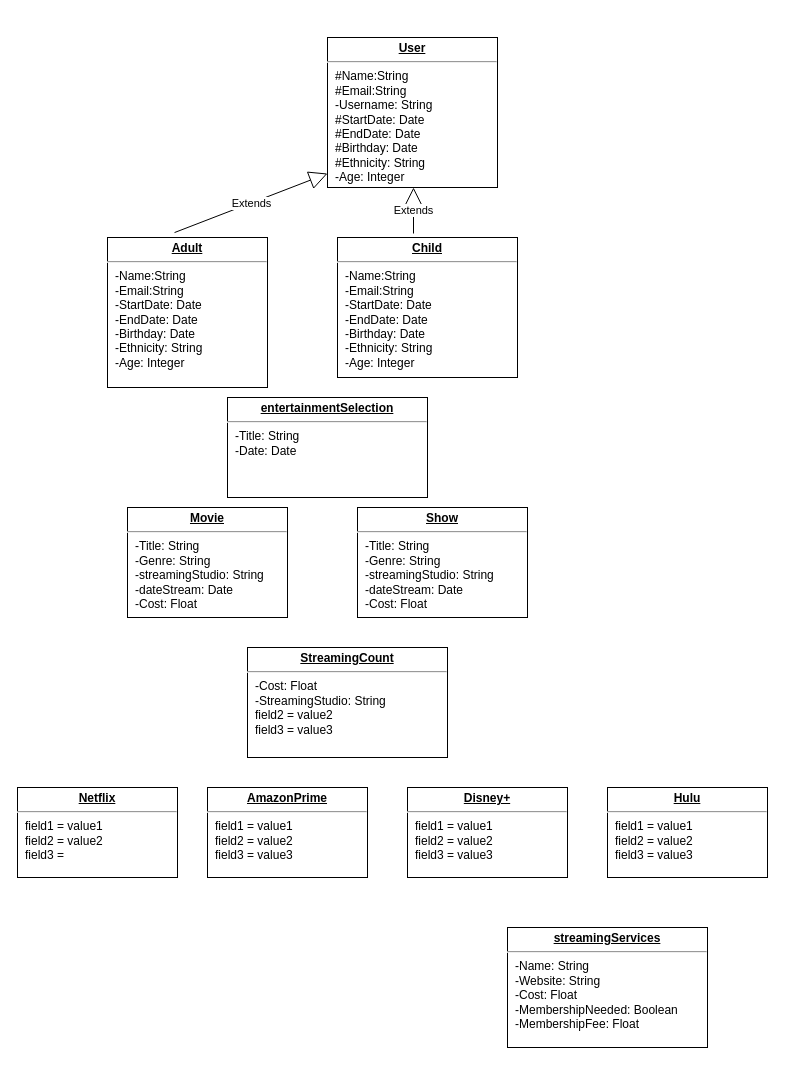
Before: img/Untitled Diagram.drawio in Laurie415/moki, a draw.io diagram. Source tidied: cells renumbered, new cells numbered last; positions are measured from the earlier drawing's top-left corner, leaving out a move shared by most shapes. Both pictures are drawn from the tidied source at 100%, with x=0, y=0 at pixel (17, 37).
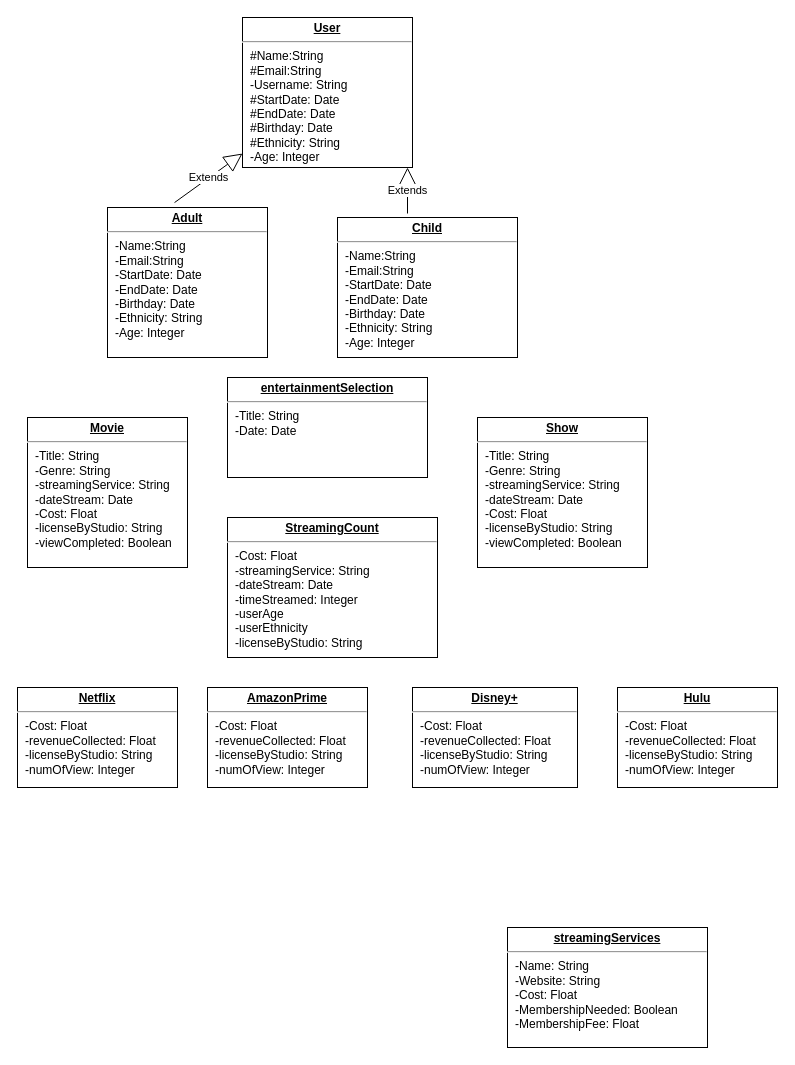
After the change.

What changed in the source:
```diff
@@
 <mxGraphModel>
   <root>
     <mxCell id="0" />
     <mxCell id="1" parent="0" />
     <mxCell id="2" value="&lt;p style=&quot;margin: 0px ; margin-top: 4px ; text-align: center ; text-decoration: underline&quot;&gt;&lt;b&gt;User&lt;/b&gt;&lt;/p&gt;&lt;hr&gt;&lt;p style=&quot;margin: 0px ; margin-left: 8px&quot;&gt;#Name:String&lt;br&gt;#Email:String&lt;/p&gt;&lt;p style=&quot;margin: 0px ; margin-left: 8px&quot;&gt;-Username: String&lt;br&gt;#StartDate: Date&lt;/p&gt;&lt;p style=&quot;margin: 0px ; margin-left: 8px&quot;&gt;#EndDate: Date&lt;/p&gt;&lt;p style=&quot;margin: 0px ; margin-left: 8px&quot;&gt;#Birthday: Date&lt;/p&gt;&lt;p style=&quot;margin: 0px ; margin-left: 8px&quot;&gt;#Ethnicity: String&lt;/p&gt;&lt;p style=&quot;margin: 0px ; margin-left: 8px&quot;&gt;-Age: Integer&lt;/p&gt;" style="verticalAlign=top;align=left;overflow=fill;fontSize=12;fontFamily=Helvetica;html=1;" parent="1" vertex="1">
-      <mxGeometry x="310" width="170" height="150" as="geometry" />
+      <mxGeometry x="225" y="-20" width="170" height="150" as="geometry" />
     </mxCell>
     <mxCell id="3" value="&lt;p style=&quot;margin: 0px ; margin-top: 4px ; text-align: center ; text-decoration: underline&quot;&gt;&lt;b&gt;streamingServices&lt;/b&gt;&lt;/p&gt;&lt;hr&gt;&lt;p style=&quot;margin: 0px ; margin-left: 8px&quot;&gt;-Name: String&lt;br&gt;-Website: String&lt;br&gt;-Cost: Float&lt;/p&gt;&lt;p style=&quot;margin: 0px ; margin-left: 8px&quot;&gt;-MembershipNeeded: Boolean&lt;/p&gt;&lt;p style=&quot;margin: 0px ; margin-left: 8px&quot;&gt;-MembershipFee: Float&lt;/p&gt;&lt;p style=&quot;margin: 0px ; margin-left: 8px&quot;&gt;&lt;br&gt;&lt;/p&gt;" style="verticalAlign=top;align=left;overflow=fill;fontSize=12;fontFamily=Helvetica;html=1;" parent="1" vertex="1">
       <mxGeometry x="490" y="890" width="200" height="120" as="geometry" />
     </mxCell>
     <mxCell id="4" value="&lt;p style=&quot;margin: 0px ; margin-top: 4px ; text-align: center ; text-decoration: underline&quot;&gt;&lt;b&gt;entertainmentSelection&lt;/b&gt;&lt;/p&gt;&lt;hr&gt;&lt;p style=&quot;margin: 0px ; margin-left: 8px&quot;&gt;-Title: String&lt;br&gt;-Date: Date&lt;br&gt;&lt;br&gt;&lt;/p&gt;&lt;p style=&quot;margin: 0px ; margin-left: 8px&quot;&gt;&lt;br&gt;&lt;/p&gt;" style="verticalAlign=top;align=left;overflow=fill;fontSize=12;fontFamily=Helvetica;html=1;" parent="1" vertex="1">
-      <mxGeometry x="210" y="360" width="200" height="100" as="geometry" />
+      <mxGeometry x="210" y="340" width="200" height="100" as="geometry" />
     </mxCell>
     <mxCell id="5" value="&lt;p style=&quot;margin: 0px ; margin-top: 4px ; text-align: center ; text-decoration: underline&quot;&gt;&lt;b&gt;Adult&lt;/b&gt;&lt;/p&gt;&lt;hr&gt;&lt;p style=&quot;margin: 0px 0px 0px 8px&quot;&gt;-Name:String&lt;br&gt;-Email:String&lt;br&gt;-StartDate: Date&lt;/p&gt;&lt;p style=&quot;margin: 0px 0px 0px 8px&quot;&gt;-EndDate: Date&lt;/p&gt;&lt;p style=&quot;margin: 0px 0px 0px 8px&quot;&gt;-Birthday: Date&lt;/p&gt;&lt;p style=&quot;margin: 0px 0px 0px 8px&quot;&gt;-Ethnicity: String&lt;/p&gt;&lt;p style=&quot;margin: 0px 0px 0px 8px&quot;&gt;-Age: Integer&lt;/p&gt;" style="verticalAlign=top;align=left;overflow=fill;fontSize=12;fontFamily=Helvetica;html=1;" parent="1" vertex="1">
-      <mxGeometry x="90" y="200" width="160" height="150" as="geometry" />
+      <mxGeometry x="90" y="170" width="160" height="150" as="geometry" />
     </mxCell>
     <mxCell id="6" value="&lt;p style=&quot;margin: 0px ; margin-top: 4px ; text-align: center ; text-decoration: underline&quot;&gt;&lt;b&gt;Child&lt;/b&gt;&lt;/p&gt;&lt;hr&gt;&lt;p style=&quot;margin: 0px 0px 0px 8px&quot;&gt;-Name:String&lt;br&gt;-Email:String&lt;br&gt;-StartDate: Date&lt;/p&gt;&lt;p style=&quot;margin: 0px 0px 0px 8px&quot;&gt;-EndDate: Date&lt;/p&gt;&lt;p style=&quot;margin: 0px 0px 0px 8px&quot;&gt;-Birthday: Date&lt;/p&gt;&lt;p style=&quot;margin: 0px 0px 0px 8px&quot;&gt;-Ethnicity: String&lt;/p&gt;&lt;p style=&quot;margin: 0px 0px 0px 8px&quot;&gt;-Age: Integer&lt;/p&gt;" style="verticalAlign=top;align=left;overflow=fill;fontSize=12;fontFamily=Helvetica;html=1;" parent="1" vertex="1">
-      <mxGeometry x="320" y="200" width="180" height="140" as="geometry" />
+      <mxGeometry x="320" y="180" width="180" height="140" as="geometry" />
     </mxCell>
-    <mxCell id="7" value="&lt;p style=&quot;margin: 0px ; margin-top: 4px ; text-align: center ; text-decoration: underline&quot;&gt;&lt;b&gt;Netflix&lt;/b&gt;&lt;/p&gt;&lt;hr&gt;&lt;p style=&quot;margin: 0px ; margin-left: 8px&quot;&gt;field1 = value1&lt;br&gt;field2 = value2&lt;br&gt;field3 =&lt;/p&gt;" style="verticalAlign=top;align=left;overflow=fill;fontSize=12;fontFamily=Helvetica;html=1;" parent="1" vertex="1">
-      <mxGeometry y="750" width="160" height="90" as="geometry" />
+    <mxCell id="7" value="&lt;p style=&quot;margin: 0px ; margin-top: 4px ; text-align: center ; text-decoration: underline&quot;&gt;&lt;b&gt;Netflix&lt;/b&gt;&lt;/p&gt;&lt;hr&gt;&lt;p style=&quot;margin: 0px ; margin-left: 8px&quot;&gt;-Cost: Float&lt;/p&gt;&lt;p style=&quot;margin: 0px ; margin-left: 8px&quot;&gt;-revenueCollected: Float&lt;/p&gt;&lt;p style=&quot;margin: 0px ; margin-left: 8px&quot;&gt;-licenseByStudio: String&lt;/p&gt;&lt;p style=&quot;margin: 0px ; margin-left: 8px&quot;&gt;-numOfView: Integer&lt;/p&gt;" style="verticalAlign=top;align=left;overflow=fill;fontSize=12;fontFamily=Helvetica;html=1;" parent="1" vertex="1">
+      <mxGeometry y="650" width="160" height="100" as="geometry" />
     </mxCell>
-    <mxCell id="8" value="&lt;p style=&quot;margin: 0px ; margin-top: 4px ; text-align: center ; text-decoration: underline&quot;&gt;&lt;b&gt;AmazonPrime&lt;/b&gt;&lt;/p&gt;&lt;hr&gt;&lt;p style=&quot;margin: 0px ; margin-left: 8px&quot;&gt;field1 = value1&lt;br&gt;field2 = value2&lt;br&gt;field3 = value3&lt;/p&gt;" style="verticalAlign=top;align=left;overflow=fill;fontSize=12;fontFamily=Helvetica;html=1;" parent="1" vertex="1">
-      <mxGeometry x="190" y="750" width="160" height="90" as="geometry" />
+    <mxCell id="8" value="&lt;p style=&quot;margin: 0px ; margin-top: 4px ; text-align: center ; text-decoration: underline&quot;&gt;&lt;b&gt;AmazonPrime&lt;/b&gt;&lt;/p&gt;&lt;hr&gt;&lt;p style=&quot;margin: 0px 0px 0px 8px&quot;&gt;-Cost: Float&lt;/p&gt;&lt;p style=&quot;margin: 0px 0px 0px 8px&quot;&gt;-revenueCollected: Float&lt;/p&gt;&lt;p style=&quot;margin: 0px 0px 0px 8px&quot;&gt;-licenseByStudio: String&lt;/p&gt;&lt;p style=&quot;margin: 0px 0px 0px 8px&quot;&gt;-numOfView: Integer&lt;br&gt;&lt;/p&gt;&lt;p style=&quot;margin: 0px 0px 0px 8px&quot;&gt;&lt;br&gt;&lt;/p&gt;" style="verticalAlign=top;align=left;overflow=fill;fontSize=12;fontFamily=Helvetica;html=1;" parent="1" vertex="1">
+      <mxGeometry x="190" y="650" width="160" height="100" as="geometry" />
     </mxCell>
-    <mxCell id="9" value="&lt;p style=&quot;margin: 0px ; margin-top: 4px ; text-align: center ; text-decoration: underline&quot;&gt;&lt;b&gt;Disney+&lt;/b&gt;&lt;/p&gt;&lt;hr&gt;&lt;p style=&quot;margin: 0px ; margin-left: 8px&quot;&gt;field1 = value1&lt;br&gt;field2 = value2&lt;br&gt;field3 = value3&lt;/p&gt;" style="verticalAlign=top;align=left;overflow=fill;fontSize=12;fontFamily=Helvetica;html=1;" parent="1" vertex="1">
-      <mxGeometry x="390" y="750" width="160" height="90" as="geometry" />
+    <mxCell id="9" value="&lt;p style=&quot;margin: 0px ; margin-top: 4px ; text-align: center ; text-decoration: underline&quot;&gt;&lt;b&gt;Disney+&lt;/b&gt;&lt;/p&gt;&lt;hr&gt;&lt;p style=&quot;margin: 0px 0px 0px 8px&quot;&gt;-Cost: Float&lt;/p&gt;&lt;p style=&quot;margin: 0px 0px 0px 8px&quot;&gt;-revenueCollected: Float&lt;/p&gt;&lt;p style=&quot;margin: 0px 0px 0px 8px&quot;&gt;-licenseByStudio: String&lt;/p&gt;&lt;p style=&quot;margin: 0px 0px 0px 8px&quot;&gt;-numOfView: Integer&lt;/p&gt;" style="verticalAlign=top;align=left;overflow=fill;fontSize=12;fontFamily=Helvetica;html=1;" parent="1" vertex="1">
+      <mxGeometry x="395" y="650" width="165" height="100" as="geometry" />
     </mxCell>
-    <mxCell id="10" value="&lt;p style=&quot;margin: 0px ; margin-top: 4px ; text-align: center ; text-decoration: underline&quot;&gt;&lt;b&gt;Hulu&lt;/b&gt;&lt;/p&gt;&lt;hr&gt;&lt;p style=&quot;margin: 0px ; margin-left: 8px&quot;&gt;field1 = value1&lt;br&gt;field2 = value2&lt;br&gt;field3 = value3&lt;/p&gt;" style="verticalAlign=top;align=left;overflow=fill;fontSize=12;fontFamily=Helvetica;html=1;" parent="1" vertex="1">
-      <mxGeometry x="590" y="750" width="160" height="90" as="geometry" />
+    <mxCell id="10" value="&lt;p style=&quot;margin: 0px ; margin-top: 4px ; text-align: center ; text-decoration: underline&quot;&gt;&lt;b&gt;Hulu&lt;/b&gt;&lt;/p&gt;&lt;hr&gt;&lt;p style=&quot;margin: 0px 0px 0px 8px&quot;&gt;-Cost: Float&lt;/p&gt;&lt;p style=&quot;margin: 0px 0px 0px 8px&quot;&gt;-revenueCollected: Float&lt;/p&gt;&lt;p style=&quot;margin: 0px 0px 0px 8px&quot;&gt;-licenseByStudio: String&lt;/p&gt;&lt;p style=&quot;margin: 0px 0px 0px 8px&quot;&gt;-numOfView: Integer&lt;/p&gt;" style="verticalAlign=top;align=left;overflow=fill;fontSize=12;fontFamily=Helvetica;html=1;" parent="1" vertex="1">
+      <mxGeometry x="600" y="650" width="160" height="100" as="geometry" />
     </mxCell>
     <mxCell id="11" value="Extends" style="endArrow=block;endSize=16;endFill=0;html=1;exitX=0.419;exitY=-0.033;exitDx=0;exitDy=0;exitPerimeter=0;entryX=0;entryY=0.907;entryDx=0;entryDy=0;entryPerimeter=0;" parent="1" edge="1" source="5" target="2">
       <mxGeometry relative="1" as="geometry" />
     </mxCell>
     <mxCell id="12" value="Extends" style="endArrow=block;endSize=16;endFill=0;html=1;" parent="1" edge="1">
       <mxGeometry relative="1" as="geometry">
-        <mxPoint x="396" y="196" as="sourcePoint" />
-        <mxPoint x="396" y="150" as="targetPoint" />
+        <mxPoint x="390" y="176" as="sourcePoint" />
+        <mxPoint x="390" y="130" as="targetPoint" />
       </mxGeometry>
     </mxCell>
-    <mxCell id="13" value="&lt;p style=&quot;margin: 0px ; margin-top: 4px ; text-align: center ; text-decoration: underline&quot;&gt;&lt;b&gt;Movie&lt;/b&gt;&lt;/p&gt;&lt;hr&gt;&lt;p style=&quot;margin: 0px ; margin-left: 8px&quot;&gt;-Title: String&lt;/p&gt;&lt;p style=&quot;margin: 0px ; margin-left: 8px&quot;&gt;-Genre: String&lt;/p&gt;&lt;p style=&quot;margin: 0px ; margin-left: 8px&quot;&gt;-streamingStudio: String&lt;/p&gt;&lt;p style=&quot;margin: 0px ; margin-left: 8px&quot;&gt;-dateStream: Date&lt;/p&gt;&lt;p style=&quot;margin: 0px ; margin-left: 8px&quot;&gt;-Cost: Float&lt;/p&gt;" style="verticalAlign=top;align=left;overflow=fill;fontSize=12;fontFamily=Helvetica;html=1;" parent="1" vertex="1">
-      <mxGeometry x="110" y="470" width="160" height="110" as="geometry" />
+    <mxCell id="13" value="&lt;p style=&quot;margin: 0px ; margin-top: 4px ; text-align: center ; text-decoration: underline&quot;&gt;&lt;b&gt;Movie&lt;/b&gt;&lt;/p&gt;&lt;hr&gt;&lt;p style=&quot;margin: 0px ; margin-left: 8px&quot;&gt;-Title: String&lt;/p&gt;&lt;p style=&quot;margin: 0px ; margin-left: 8px&quot;&gt;-Genre: String&lt;/p&gt;&lt;p style=&quot;margin: 0px ; margin-left: 8px&quot;&gt;-streamingService: String&lt;/p&gt;&lt;p style=&quot;margin: 0px ; margin-left: 8px&quot;&gt;-dateStream: Date&lt;/p&gt;&lt;p style=&quot;margin: 0px ; margin-left: 8px&quot;&gt;-Cost: Float&lt;/p&gt;&lt;p style=&quot;margin: 0px ; margin-left: 8px&quot;&gt;-licenseByStudio: String&lt;/p&gt;&lt;p style=&quot;margin: 0px ; margin-left: 8px&quot;&gt;-viewCompleted: Boolean&lt;/p&gt;" style="verticalAlign=top;align=left;overflow=fill;fontSize=12;fontFamily=Helvetica;html=1;" parent="1" vertex="1">
+      <mxGeometry x="10" y="380" width="160" height="150" as="geometry" />
     </mxCell>
-    <mxCell id="14" value="&lt;p style=&quot;margin: 0px ; margin-top: 4px ; text-align: center ; text-decoration: underline&quot;&gt;&lt;b&gt;Show&lt;/b&gt;&lt;/p&gt;&lt;hr&gt;&lt;p style=&quot;margin: 0px ; margin-left: 8px&quot;&gt;-Title: String&lt;br&gt;&lt;/p&gt;&lt;p style=&quot;margin: 0px 0px 0px 8px&quot;&gt;-Genre: String&lt;/p&gt;&lt;p style=&quot;margin: 0px 0px 0px 8px&quot;&gt;-streamingStudio: String&lt;/p&gt;&lt;p style=&quot;margin: 0px 0px 0px 8px&quot;&gt;-dateStream: Date&lt;/p&gt;&lt;p style=&quot;margin: 0px 0px 0px 8px&quot;&gt;-Cost: Float&lt;/p&gt;" style="verticalAlign=top;align=left;overflow=fill;fontSize=12;fontFamily=Helvetica;html=1;" parent="1" vertex="1">
-      <mxGeometry x="340" y="470" width="170" height="110" as="geometry" />
+    <mxCell id="14" value="&lt;p style=&quot;margin: 0px ; margin-top: 4px ; text-align: center ; text-decoration: underline&quot;&gt;&lt;b&gt;Show&lt;/b&gt;&lt;/p&gt;&lt;hr&gt;&lt;p style=&quot;margin: 0px ; margin-left: 8px&quot;&gt;-Title: String&lt;br&gt;&lt;/p&gt;&lt;p style=&quot;margin: 0px 0px 0px 8px&quot;&gt;-Genre: String&lt;/p&gt;&lt;p style=&quot;margin: 0px 0px 0px 8px&quot;&gt;-streamingService: String&lt;/p&gt;&lt;p style=&quot;margin: 0px 0px 0px 8px&quot;&gt;-dateStream: Date&lt;/p&gt;&lt;p style=&quot;margin: 0px 0px 0px 8px&quot;&gt;-Cost: Float&lt;/p&gt;&lt;p style=&quot;margin: 0px 0px 0px 8px&quot;&gt;-licenseByStudio: String&lt;/p&gt;&lt;p style=&quot;margin: 0px 0px 0px 8px&quot;&gt;-viewCompleted: Boolean&lt;br&gt;&lt;/p&gt;" style="verticalAlign=top;align=left;overflow=fill;fontSize=12;fontFamily=Helvetica;html=1;" parent="1" vertex="1">
+      <mxGeometry x="460" y="380" width="170" height="150" as="geometry" />
     </mxCell>
-    <mxCell id="15" value="&lt;p style=&quot;margin: 0px ; margin-top: 4px ; text-align: center ; text-decoration: underline&quot;&gt;&lt;b&gt;StreamingCount&lt;/b&gt;&lt;/p&gt;&lt;hr&gt;&lt;p style=&quot;margin: 0px ; margin-left: 8px&quot;&gt;-Cost: Float&lt;/p&gt;&lt;p style=&quot;margin: 0px ; margin-left: 8px&quot;&gt;-StreamingStudio: String&lt;br&gt;field2 = value2&lt;br&gt;field3 = value3&lt;/p&gt;" style="verticalAlign=top;align=left;overflow=fill;fontSize=12;fontFamily=Helvetica;html=1;" parent="1" vertex="1">
-      <mxGeometry x="230" y="610" width="200" height="110" as="geometry" />
+    <mxCell id="15" value="&lt;p style=&quot;margin: 0px ; margin-top: 4px ; text-align: center ; text-decoration: underline&quot;&gt;&lt;b&gt;StreamingCount&lt;/b&gt;&lt;/p&gt;&lt;hr&gt;&lt;p style=&quot;margin: 0px ; margin-left: 8px&quot;&gt;-Cost: Float&lt;/p&gt;&lt;p style=&quot;margin: 0px ; margin-left: 8px&quot;&gt;-streamingService: String&lt;br&gt;&lt;/p&gt;&lt;p style=&quot;margin: 0px ; margin-left: 8px&quot;&gt;-dateStream: Date&lt;/p&gt;&lt;p style=&quot;margin: 0px ; margin-left: 8px&quot;&gt;-timeStreamed: Integer&lt;/p&gt;&lt;p style=&quot;margin: 0px ; margin-left: 8px&quot;&gt;-userAge&lt;/p&gt;&lt;p style=&quot;margin: 0px ; margin-left: 8px&quot;&gt;-userEthnicity&lt;/p&gt;&lt;p style=&quot;margin: 0px ; margin-left: 8px&quot;&gt;-licenseByStudio: String&lt;/p&gt;&lt;p style=&quot;margin: 0px ; margin-left: 8px&quot;&gt;&lt;br&gt;&lt;/p&gt;" style="verticalAlign=top;align=left;overflow=fill;fontSize=12;fontFamily=Helvetica;html=1;" parent="1" vertex="1">
+      <mxGeometry x="210" y="480" width="210" height="140" as="geometry" />
     </mxCell>
   </root>
 </mxGraphModel>
```
